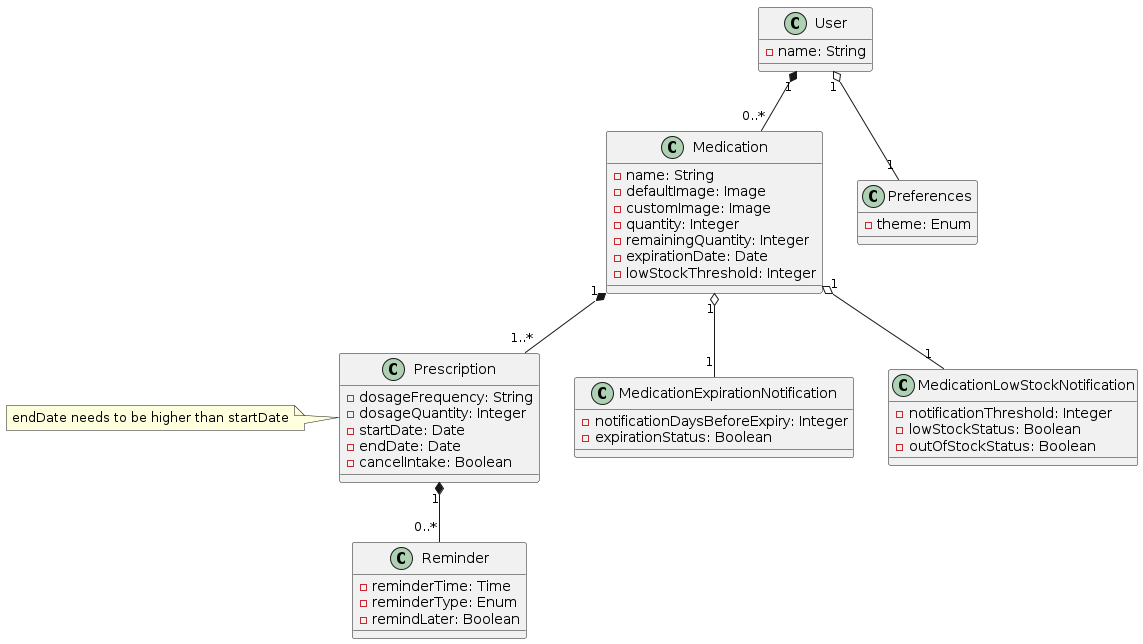
Above: assets/diagrams/domain_model/domain_model.png in YZ1GO/L.EIC017_ES_PRJ (PlantUML), before the change.
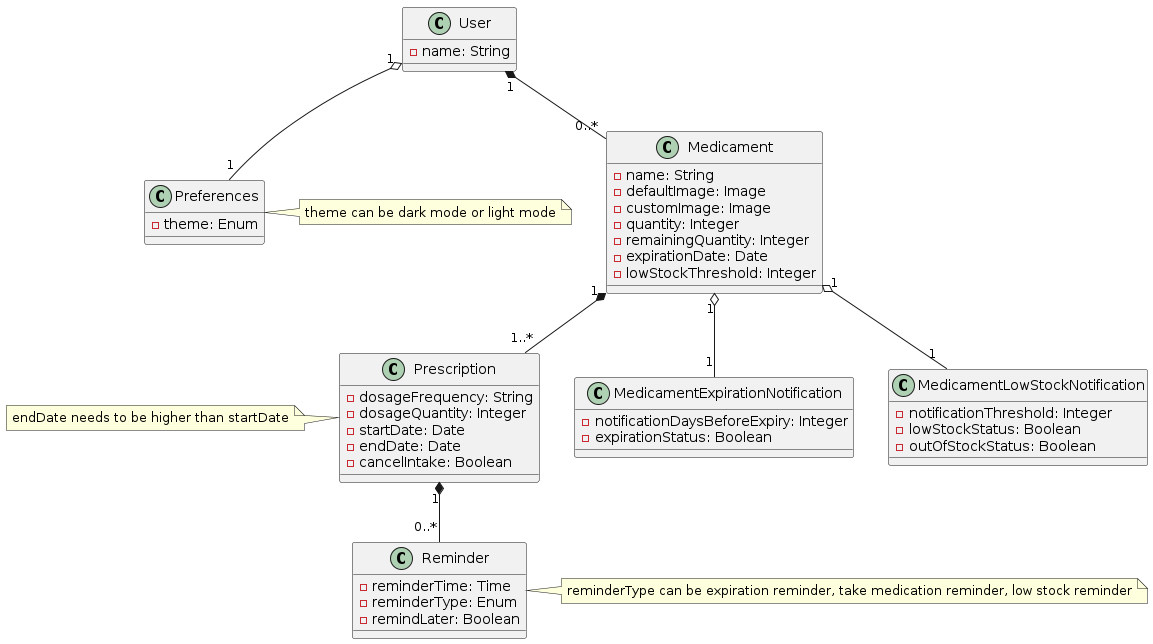
The same diagram one commit later.

The edit, as a diff of the source:
```diff
@@ -1,6 +1,6 @@
 @startuml PINGUPILLS
 
-class Medication {
+class Medicament {
     - name: String
     - defaultImage: Image
     - customImage: Image
@@ -28,30 +28,38 @@
     - remindLater: Boolean
 }
 
+note right of Reminder
+    reminderType can be expiration reminder, take medication reminder, low stock reminder
+end note
+
 class Preferences {
     - theme: Enum
 }
+
+note right of Preferences
+    theme can be dark mode or light mode
+end note
 
 class User {
     - name: String
 }
 
-class MedicationExpirationNotification {
+class MedicamentExpirationNotification {
     - notificationDaysBeforeExpiry: Integer
     - expirationStatus: Boolean
 }
 
-class MedicationLowStockNotification {
+class MedicamentLowStockNotification {
     - notificationThreshold: Integer
     - lowStockStatus: Boolean
     - outOfStockStatus: Boolean
 }
 
-Medication "1" *-- "1..*" Prescription
-Medication "1" o-- "1" MedicationExpirationNotification
-Medication "1" o-- "1" MedicationLowStockNotification
+Medicament "1" *-- "1..*" Prescription
+Medicament "1" o-- "1" MedicamentExpirationNotification
+Medicament "1" o-- "1" MedicamentLowStockNotification
 Prescription "1" *-- "0..*" Reminder
 User "1" o-- "1" Preferences
-User "1" *-- "0..*" Medication
+User "1" *-- "0..*" Medicament
 
 @enduml
```
